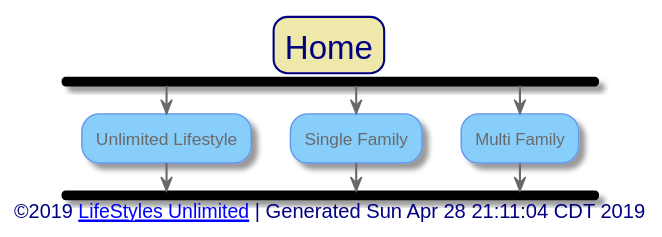
Above: out/src/index.svg in toddmo/lifestylesunlimited (PlantUML), before the change.
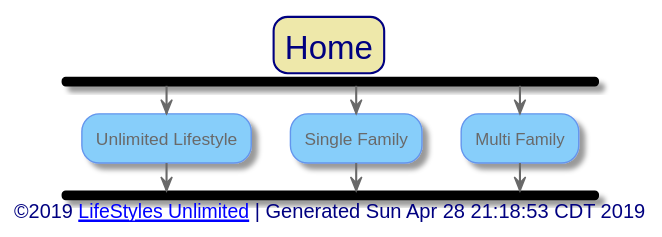
Later version of the same file.

Diff of the diagram source:
```diff
@@ -87,7 +87,7 @@
 
 
 left footer
-	<font size=14>©2019 [[http://www.lifestylesunlimited.com LifeStyles Unlimited]] | Generated Sun Apr 28 21:11:04 CDT 2019</font>
+	<font size=14>©2019 [[http://www.lifestylesunlimited.com LifeStyles Unlimited]] | Generated Sun Apr 28 21:18:53 CDT 2019</font>
 endfooter
 
 
```
